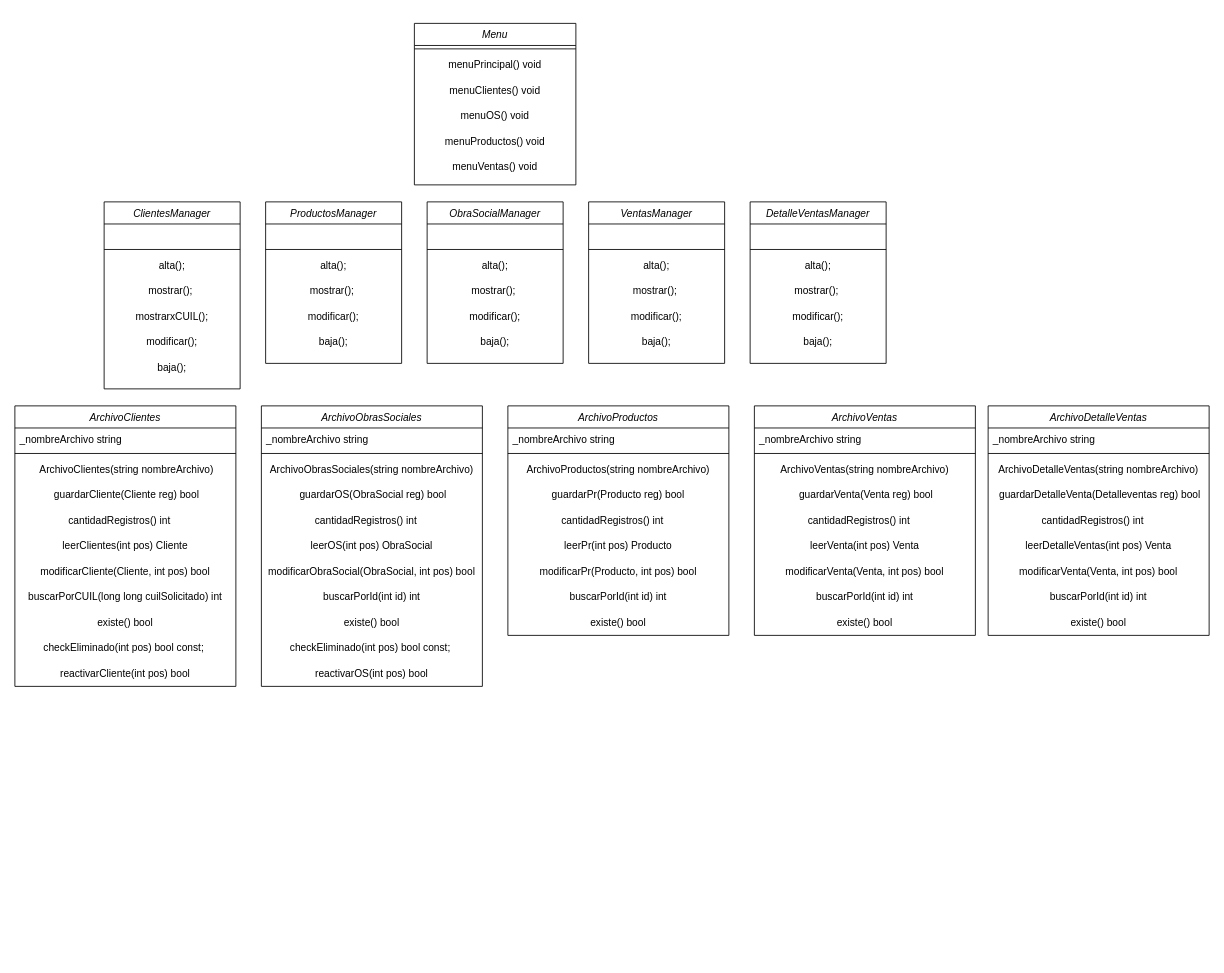
jiriberri/farmaceutica-utn keeps this draw.io diagram as ClasesArchivosyManagers.drawio. Above is the earlier version. Source tidied: cells renumbered, new cells numbered last; positions are measured from the earlier drawing's top-left corner, leaving out a move shared by most shapes. Both pictures are drawn from the tidied source at 85%, with x=0, y=0 at pixel (14, 23).
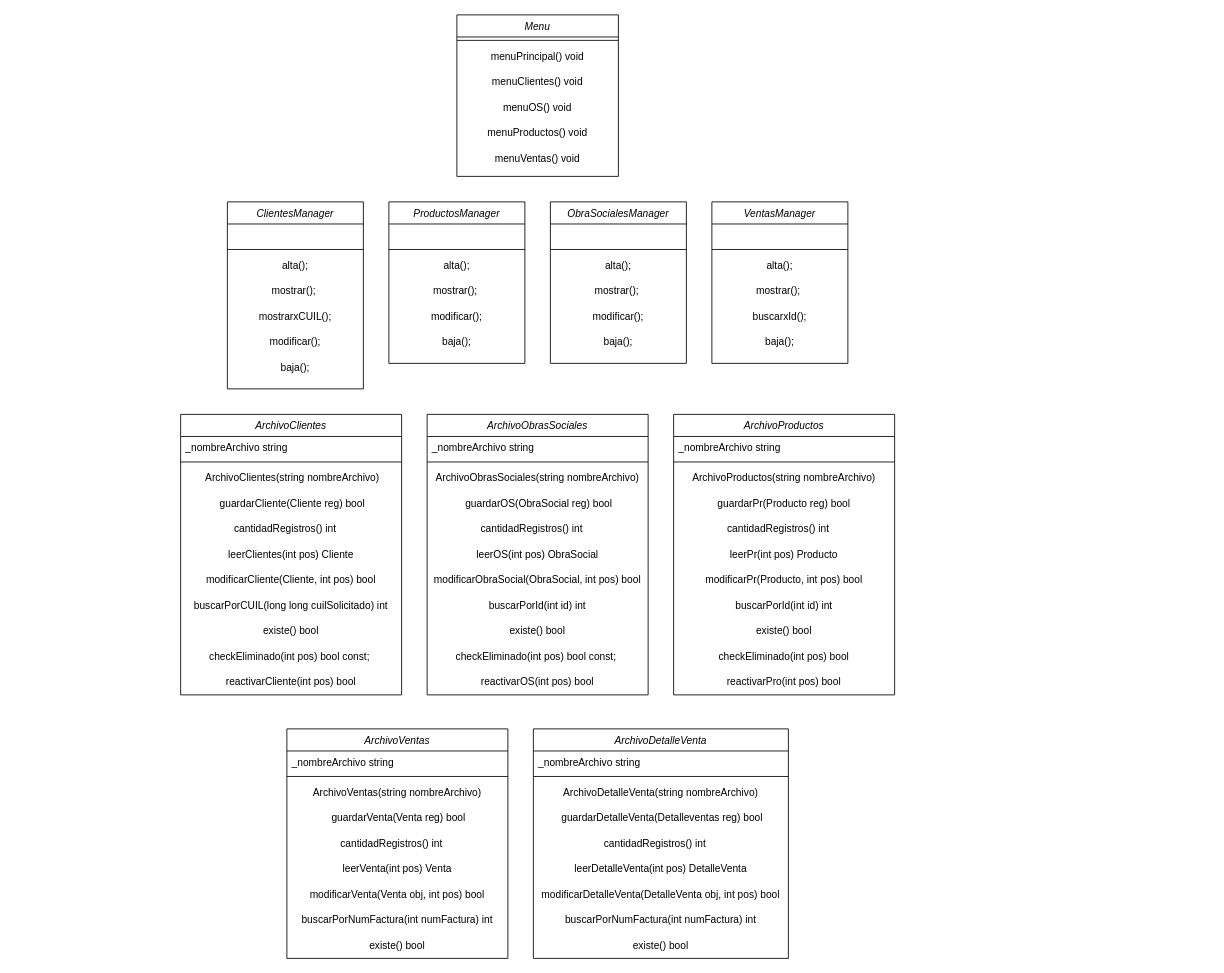
Above is the later version.

Commit message (it also covers changes not shown here):
actualizacion de diagramas y borrado de comentarios

The edit, as a diff of the source:
```diff
@@
     <mxCell id="2" value="ClientesManager" style="swimlane;fontStyle=2;align=center;verticalAlign=top;horizontal=1;startSize=26;rounded=0;shadow=0;strokeWidth=1;" parent="1" vertex="1">
-      <mxGeometry x="105" y="210" width="160" height="220" as="geometry" />
+      <mxGeometry x="250" y="210" width="160" height="220" as="geometry" />
     </mxCell>
@@
     <mxCell id="10" value="ProductosManager" style="swimlane;fontStyle=2;align=center;verticalAlign=top;horizontal=1;startSize=26;rounded=0;shadow=0;strokeWidth=1;" parent="1" vertex="1">
-      <mxGeometry x="295" y="210" width="160" height="190" as="geometry" />
+      <mxGeometry x="440" y="210" width="160" height="190" as="geometry" />
     </mxCell>
@@
-    <mxCell id="17" value="ObraSocialManager" style="swimlane;fontStyle=2;align=center;verticalAlign=top;horizontal=1;startSize=26;rounded=0;shadow=0;strokeWidth=1;" parent="1" vertex="1">
-      <mxGeometry x="485" y="210" width="160" height="190" as="geometry" />
+    <mxCell id="17" value="ObraSocialesManager" style="swimlane;fontStyle=2;align=center;verticalAlign=top;horizontal=1;startSize=26;rounded=0;shadow=0;strokeWidth=1;" parent="1" vertex="1">
+      <mxGeometry x="630" y="210" width="160" height="190" as="geometry" />
     </mxCell>
@@
     <mxCell id="24" value="VentasManager" style="swimlane;fontStyle=2;align=center;verticalAlign=top;horizontal=1;startSize=26;rounded=0;shadow=0;strokeWidth=1;" parent="1" vertex="1">
-      <mxGeometry x="675" y="210" width="160" height="190" as="geometry" />
+      <mxGeometry x="820" y="210" width="160" height="190" as="geometry" />
     </mxCell>
@@
-    <mxCell id="29" value="modificar();" style="text;html=1;whiteSpace=wrap;strokeColor=none;fillColor=none;align=center;verticalAlign=middle;rounded=0;" parent="24" vertex="1">
+    <mxCell id="29" value="buscarxId();" style="text;html=1;whiteSpace=wrap;strokeColor=none;fillColor=none;align=center;verticalAlign=middle;rounded=0;" parent="24" vertex="1">
       <mxGeometry y="120" width="160" height="30" as="geometry" />
     </mxCell>
@@
-    <mxCell id="31" value="DetalleVentasManager" style="swimlane;fontStyle=2;align=center;verticalAlign=top;horizontal=1;startSize=26;rounded=0;shadow=0;strokeWidth=1;" parent="1" vertex="1">
-      <mxGeometry x="865" y="210" width="160" height="190" as="geometry" />
-    </mxCell>
-    <mxCell id="32" value="&#10;" style="text;align=left;verticalAlign=top;spacingLeft=4;spacingRight=4;overflow=hidden;rounded=0;shadow=0;html=0;" parent="31" vertex="1">
-      <mxGeometry y="26" width="160" height="26" as="geometry" />
-    </mxCell>
-    <mxCell id="33" style="line;html=1;strokeWidth=1;align=left;verticalAlign=middle;spacingTop=-1;spacingLeft=3;spacingRight=3;labelPosition=right;" parent="31" vertex="1">
-      <mxGeometry y="52" width="160" height="8" as="geometry" />
-    </mxCell>
-    <mxCell id="34" value="alta();" style="text;html=1;whiteSpace=wrap;strokeColor=none;fillColor=none;align=center;verticalAlign=middle;rounded=0;" parent="31" vertex="1">
-      <mxGeometry y="60" width="160" height="30" as="geometry" />
-    </mxCell>
-    <mxCell id="35" value="mostrar();&amp;nbsp;" style="text;html=1;whiteSpace=wrap;strokeColor=none;fillColor=none;align=center;verticalAlign=middle;rounded=0;" parent="31" vertex="1">
-      <mxGeometry y="90" width="160" height="30" as="geometry" />
-    </mxCell>
-    <mxCell id="36" value="modificar();" style="text;html=1;whiteSpace=wrap;strokeColor=none;fillColor=none;align=center;verticalAlign=middle;rounded=0;" parent="31" vertex="1">
-      <mxGeometry y="120" width="160" height="30" as="geometry" />
-    </mxCell>
-    <mxCell id="37" value="baja();" style="text;html=1;whiteSpace=wrap;strokeColor=none;fillColor=none;align=center;verticalAlign=middle;rounded=0;" parent="31" vertex="1">
-      <mxGeometry y="150" width="160" height="30" as="geometry" />
-    </mxCell>
     <mxCell id="38" value="ArchivoClientes" style="swimlane;fontStyle=2;align=center;verticalAlign=top;horizontal=1;startSize=26;rounded=0;shadow=0;strokeWidth=1;" parent="1" vertex="1">
-      <mxGeometry y="450" width="260" height="330" as="geometry" />
+      <mxGeometry x="195" y="460" width="260" height="330" as="geometry" />
     </mxCell>
@@
     <mxCell id="50" value="ArchivoObrasSociales" style="swimlane;fontStyle=2;align=center;verticalAlign=top;horizontal=1;startSize=26;rounded=0;shadow=0;strokeWidth=1;" parent="1" vertex="1">
-      <mxGeometry x="290" y="450" width="260" height="330" as="geometry" />
+      <mxGeometry x="485" y="460" width="260" height="330" as="geometry" />
     </mxCell>
@@
     <mxCell id="62" value="ArchivoProductos" style="swimlane;fontStyle=2;align=center;verticalAlign=top;horizontal=1;startSize=26;rounded=0;shadow=0;strokeWidth=1;" parent="1" vertex="1">
-      <mxGeometry x="580" y="450" width="260" height="270" as="geometry" />
+      <mxGeometry x="775" y="460" width="260" height="330" as="geometry" />
     </mxCell>
@@
+    <mxCell id="99" value="checkEliminado(int pos) bool" style="text;html=1;whiteSpace=wrap;strokeColor=none;fillColor=none;align=center;verticalAlign=middle;rounded=0;" parent="62" vertex="1">
+      <mxGeometry y="270" width="260" height="30" as="geometry" />
+    </mxCell>
+    <mxCell id="100" value="reactivarPro(int pos) bool" style="text;html=1;whiteSpace=wrap;strokeColor=none;fillColor=none;align=center;verticalAlign=middle;rounded=0;" parent="62" vertex="1">
+      <mxGeometry y="300" width="260" height="30" as="geometry" />
+    </mxCell>
     <mxCell id="72" value="Menu" style="swimlane;fontStyle=2;align=center;verticalAlign=top;horizontal=1;startSize=26;rounded=0;shadow=0;strokeWidth=1;" parent="1" vertex="1">
-      <mxGeometry x="470" width="190" height="190" as="geometry" />
+      <mxGeometry x="520" y="-10" width="190" height="190" as="geometry" />
     </mxCell>
@@
     <mxCell id="79" value="ArchivoVentas" style="swimlane;fontStyle=2;align=center;verticalAlign=top;horizontal=1;startSize=26;rounded=0;shadow=0;strokeWidth=1;" parent="1" vertex="1">
-      <mxGeometry x="870" y="450" width="260" height="270" as="geometry" />
+      <mxGeometry x="320" y="830" width="260" height="270" as="geometry" />
     </mxCell>
@@
-    <mxCell id="86" value="modificarVenta(Venta, int pos) bool" style="text;html=1;whiteSpace=wrap;strokeColor=none;fillColor=none;align=center;verticalAlign=middle;rounded=0;" parent="79" vertex="1">
+    <mxCell id="86" value="modificarVenta(Venta obj, int pos) bool" style="text;html=1;whiteSpace=wrap;strokeColor=none;fillColor=none;align=center;verticalAlign=middle;rounded=0;" parent="79" vertex="1">
       <mxGeometry y="180" width="260" height="30" as="geometry" />
     </mxCell>
-    <mxCell id="87" value="buscarPorId(int id) int" style="text;html=1;whiteSpace=wrap;strokeColor=none;fillColor=none;align=center;verticalAlign=middle;rounded=0;" parent="79" vertex="1">
+    <mxCell id="87" value="buscarPorNumFactura(int numFactura) int" style="text;html=1;whiteSpace=wrap;strokeColor=none;fillColor=none;align=center;verticalAlign=middle;rounded=0;" parent="79" vertex="1">
       <mxGeometry y="210" width="260" height="30" as="geometry" />
     </mxCell>
@@
-    <mxCell id="89" value="ArchivoDetalleVentas" style="swimlane;fontStyle=2;align=center;verticalAlign=top;horizontal=1;startSize=26;rounded=0;shadow=0;strokeWidth=1;" parent="1" vertex="1">
-      <mxGeometry x="1145" y="450" width="260" height="270" as="geometry" />
+    <mxCell id="89" value="ArchivoDetalleVenta" style="swimlane;fontStyle=2;align=center;verticalAlign=top;horizontal=1;startSize=26;rounded=0;shadow=0;strokeWidth=1;" parent="1" vertex="1">
+      <mxGeometry x="610" y="830" width="300" height="270" as="geometry" />
     </mxCell>
     <mxCell id="90" value="_nombreArchivo string" style="text;align=left;verticalAlign=top;spacingLeft=4;spacingRight=4;overflow=hidden;rounded=0;shadow=0;html=0;" parent="89" vertex="1">
-      <mxGeometry y="26" width="260" height="26" as="geometry" />
+      <mxGeometry y="26" width="300" height="26" as="geometry" />
     </mxCell>
     <mxCell id="91" style="line;html=1;strokeWidth=1;align=left;verticalAlign=middle;spacingTop=-1;spacingLeft=3;spacingRight=3;labelPosition=right;" parent="89" vertex="1">
-      <mxGeometry y="52" width="260" height="8" as="geometry" />
+      <mxGeometry y="52" width="300" height="8" as="geometry" />
     </mxCell>
-    <mxCell id="92" value="ArchivoDetalleVentas(string nombreArchivo)" style="text;html=1;whiteSpace=wrap;strokeColor=none;fillColor=none;align=center;verticalAlign=middle;rounded=0;" parent="89" vertex="1">
-      <mxGeometry y="60" width="260" height="30" as="geometry" />
+    <mxCell id="92" value="ArchivoDetalleVenta(string nombreArchivo)" style="text;html=1;whiteSpace=wrap;strokeColor=none;fillColor=none;align=center;verticalAlign=middle;rounded=0;" parent="89" vertex="1">
+      <mxGeometry y="60" width="300" height="30" as="geometry" />
     </mxCell>
     <mxCell id="93" value="&amp;nbsp;guardarDetalleVenta(Detalleventas reg) bool" style="text;html=1;whiteSpace=wrap;strokeColor=none;fillColor=none;align=center;verticalAlign=middle;rounded=0;" parent="89" vertex="1">
-      <mxGeometry y="90" width="260" height="30" as="geometry" />
+      <mxGeometry y="90" width="300" height="30" as="geometry" />
     </mxCell>
     <mxCell id="94" value="cantidadRegistros() int&amp;nbsp; &amp;nbsp;&amp;nbsp;" style="text;html=1;whiteSpace=wrap;strokeColor=none;fillColor=none;align=center;verticalAlign=middle;rounded=0;" parent="89" vertex="1">
-      <mxGeometry y="120" width="260" height="30" as="geometry" />
+      <mxGeometry y="120" width="300" height="30" as="geometry" />
     </mxCell>
-    <mxCell id="95" value="leerDetalleVentas(int pos) Venta" style="text;html=1;whiteSpace=wrap;strokeColor=none;fillColor=none;align=center;verticalAlign=middle;rounded=0;" parent="89" vertex="1">
-      <mxGeometry y="150" width="260" height="30" as="geometry" />
+    <mxCell id="95" value="leerDetalleVenta(int pos) DetalleVenta" style="text;html=1;whiteSpace=wrap;strokeColor=none;fillColor=none;align=center;verticalAlign=middle;rounded=0;" parent="89" vertex="1">
+      <mxGeometry y="150" width="300" height="30" as="geometry" />
     </mxCell>
-    <mxCell id="96" value="modificarVenta(Venta, int pos) bool" style="text;html=1;whiteSpace=wrap;strokeColor=none;fillColor=none;align=center;verticalAlign=middle;rounded=0;" parent="89" vertex="1">
-      <mxGeometry y="180" width="260" height="30" as="geometry" />
+    <mxCell id="96" value="modificarDetalleVenta(DetalleVenta obj, int pos) bool" style="text;html=1;whiteSpace=wrap;strokeColor=none;fillColor=none;align=center;verticalAlign=middle;rounded=0;" parent="89" vertex="1">
+      <mxGeometry y="180" width="300" height="30" as="geometry" />
     </mxCell>
-    <mxCell id="97" value="buscarPorId(int id) int" style="text;html=1;whiteSpace=wrap;strokeColor=none;fillColor=none;align=center;verticalAlign=middle;rounded=0;" parent="89" vertex="1">
-      <mxGeometry y="210" width="260" height="30" as="geometry" />
+    <mxCell id="97" value="buscarPorNumFactura(int numFactura) int" style="text;html=1;whiteSpace=wrap;strokeColor=none;fillColor=none;align=center;verticalAlign=middle;rounded=0;" parent="89" vertex="1">
+      <mxGeometry y="210" width="300" height="30" as="geometry" />
     </mxCell>
     <mxCell id="98" value="existe() bool" style="text;html=1;whiteSpace=wrap;strokeColor=none;fillColor=none;align=center;verticalAlign=middle;rounded=0;" parent="89" vertex="1">
-      <mxGeometry y="240" width="260" height="30" as="geometry" />
+      <mxGeometry y="240" width="300" height="30" as="geometry" />
     </mxCell>
```
